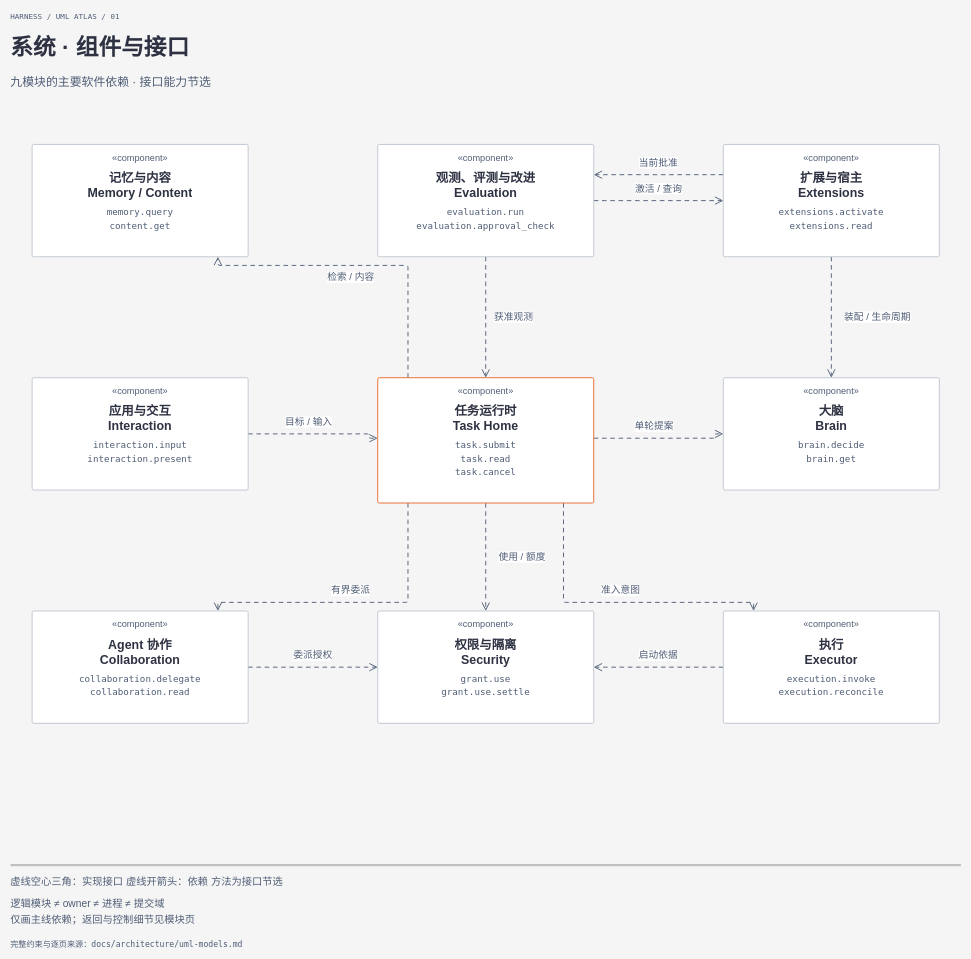
This is page "01 系统 · 组件与接口" (1 of 20) of docs/architecture/diagrams/uml-models.drawio from ruipengliu/lerna, a draw.io file, before an edit. Source tidied: cells renumbered, new cells numbered last; positions are measured from the earlier drawing's top-left corner, leaving out a move shared by most shapes. Both pictures are drawn from the tidied source at 54%, with x=0, y=0 at pixel (10, 9).
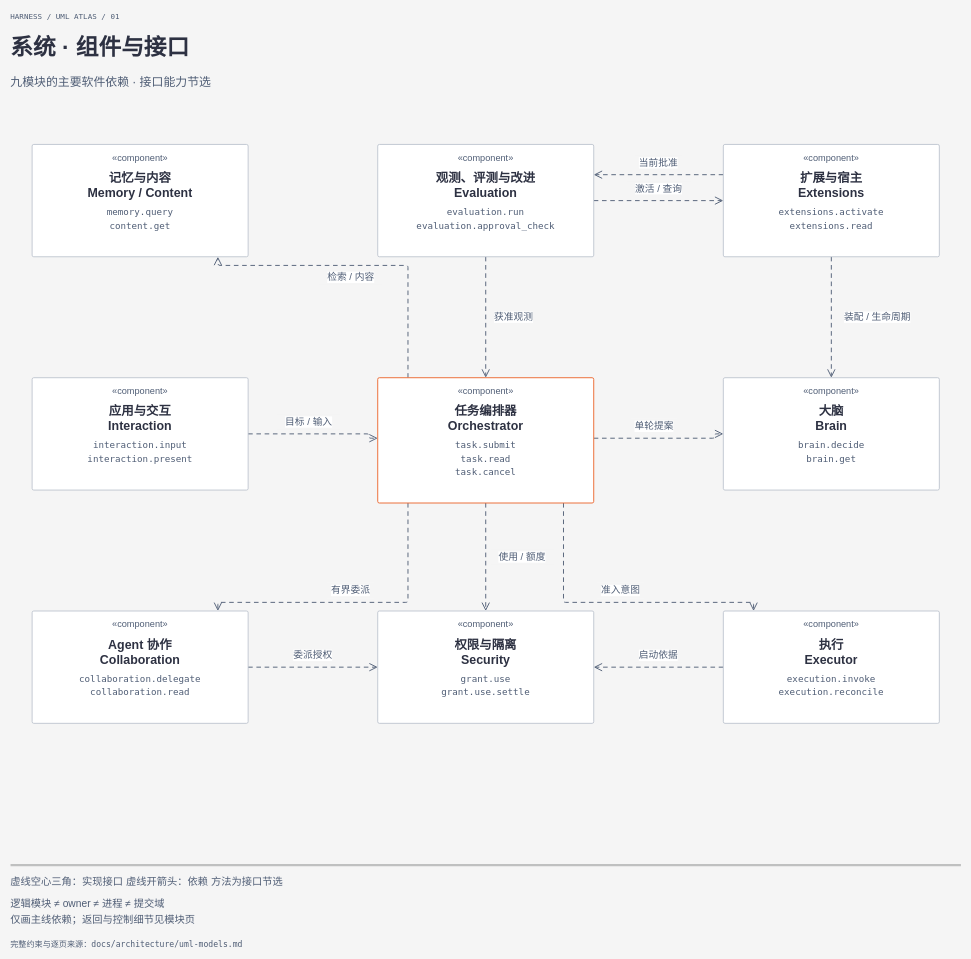
The same page after the edit.

The change refers to these unchanged cells:
```xml
<mxCell id="34" style="rounded=1;absoluteArcSize=1;arcSize=6;fillColor=#ffffff;strokeColor=#eb6c36;strokeWidth=1.8;" parent="1" vertex="1">
  <mxGeometry x="680" y="682" width="400" height="232" as="geometry" />
</mxCell>
```

What changed in the source:
```diff
@@
-    <mxCell id="36" value="任务运行时&#10;Task Home" style="text;html=0;whiteSpace=wrap;overflow=hidden;strokeColor=none;fillColor=none;align=center;verticalAlign=middle;spacing=0;fontFamily=Geist, PingFang SC, Microsoft YaHei;fontSize=23;fontColor=#2d3142;fontStyle=1;" parent="34" vertex="1">
-      <mxGeometry x="24" y="48" width="352" height="56" as="geometry" />
-    </mxCell>
+    <mxCell id="80" value="任务编排器&#10;Orchestrator" style="text;html=0;whiteSpace=wrap;overflow=hidden;strokeColor=none;fillColor=none;align=center;verticalAlign=middle;spacing=0;fontFamily=Geist, PingFang SC, Microsoft YaHei;fontSize=23;fontColor=#2d3142;fontStyle=1;" parent="34" vertex="1">
+      <mxGeometry x="24" y="48" width="352" height="56" as="geometry" />
+    </mxCell>
```
